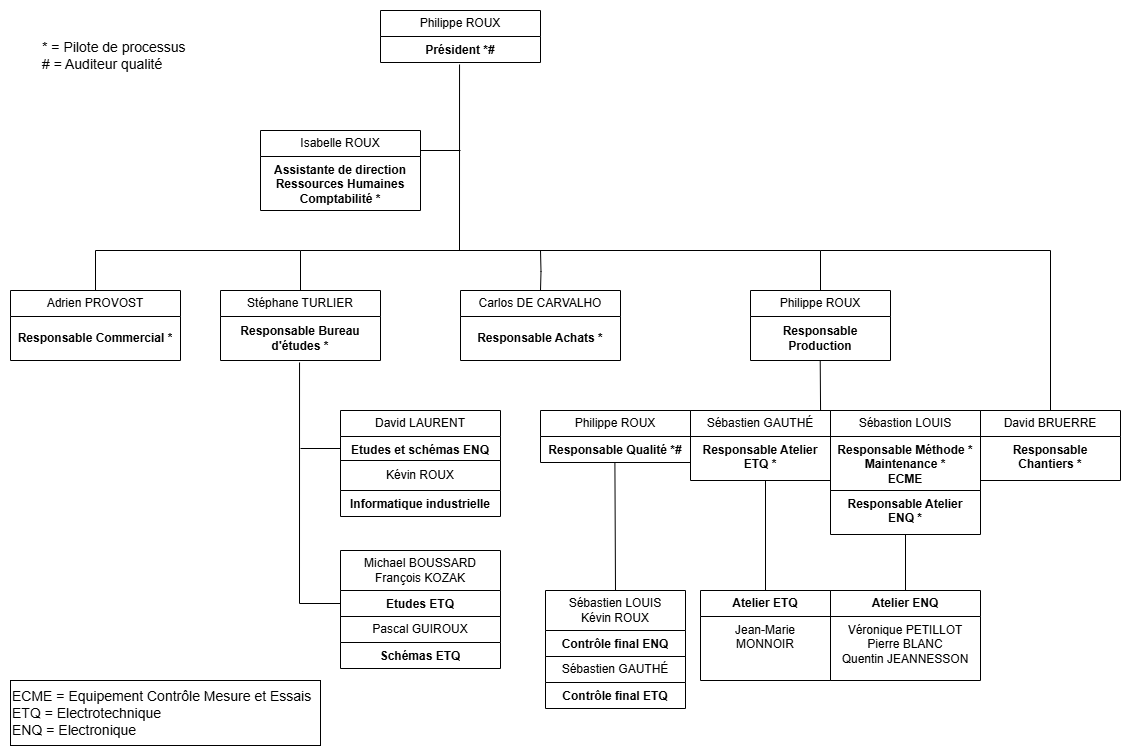
KevinRouxERPAC/KevinRouxERPAC.github.io keeps this draw.io diagram as images/About/Organigramme.png. Above is the earlier version. Source tidied: cells renumbered, new cells last; positions are measured from the earlier drawing's top-left corner, leaving out a move shared by most shapes. Source of this version:
```xml
<mxGraphModel>
  <root>
    <mxCell id="0" />
    <mxCell id="1" parent="0" />
    <mxCell id="2" value="Philippe ROUX" style="swimlane;fontStyle=0;horizontal=1;startSize=26;fillColor=none;whiteSpace=wrap;html=1;" parent="1" vertex="1">
      <mxGeometry x="370" width="160" height="52" as="geometry" />
    </mxCell>
    <mxCell id="3" value="&lt;b&gt;Président *#&lt;/b&gt;" style="text;strokeColor=none;fillColor=none;align=center;verticalAlign=top;spacingLeft=4;spacingRight=4;overflow=hidden;points=[[0,0.5],[1,0.5]];portConstraint=eastwest;whiteSpace=wrap;html=1;" parent="2" vertex="1">
      <mxGeometry y="26" width="160" height="26" as="geometry" />
    </mxCell>
    <mxCell id="4" value="Isabelle ROUX" style="swimlane;fontStyle=0;horizontal=1;startSize=26;fillColor=none;whiteSpace=wrap;html=1;" parent="1" vertex="1">
      <mxGeometry x="250" y="120" width="160" height="80" as="geometry" />
    </mxCell>
    <mxCell id="5" value="&lt;b&gt;Assistante de direction&lt;br&gt;Ressources Humaines&lt;br&gt;Comptabilité *&lt;br&gt;&lt;/b&gt;" style="text;strokeColor=none;fillColor=none;align=center;verticalAlign=top;spacingLeft=4;spacingRight=4;overflow=hidden;whiteSpace=wrap;html=1;" parent="4" vertex="1">
      <mxGeometry y="26" width="160" height="54" as="geometry" />
    </mxCell>
    <mxCell id="6" style="edgeStyle=orthogonalEdgeStyle;rounded=0;jettySize=auto;html=1;entryX=0.5;entryY=0;entryDx=0;entryDy=0;endArrow=none;endFill=0;" parent="1" edge="1" target="9">
      <mxGeometry relative="1" as="geometry">
        <mxPoint x="530" y="240" as="sourcePoint" />
      </mxGeometry>
    </mxCell>
    <mxCell id="7" value="Adrien PROVOST" style="swimlane;fontStyle=0;horizontal=1;startSize=26;fillColor=none;whiteSpace=wrap;html=1;" parent="1" vertex="1">
      <mxGeometry y="280" width="170" height="70" as="geometry" />
    </mxCell>
    <mxCell id="8" value="&lt;b&gt;Responsable Commercial *&lt;/b&gt;" style="text;strokeColor=none;fillColor=none;align=center;verticalAlign=middle;spacingLeft=4;spacingRight=4;overflow=hidden;whiteSpace=wrap;html=1;" parent="7" vertex="1">
      <mxGeometry y="26" width="170" height="44" as="geometry" />
    </mxCell>
    <mxCell id="9" value="Carlos DE CARVALHO" style="swimlane;fontStyle=0;horizontal=1;startSize=26;fillColor=none;whiteSpace=wrap;html=1;" parent="1" vertex="1">
      <mxGeometry x="450" y="280" width="160" height="70" as="geometry" />
    </mxCell>
    <mxCell id="10" value="&lt;b&gt;Responsable Achats *&lt;/b&gt;" style="text;strokeColor=none;fillColor=none;align=center;verticalAlign=middle;spacingLeft=4;spacingRight=4;overflow=hidden;whiteSpace=wrap;html=1;" parent="9" vertex="1">
      <mxGeometry y="26" width="160" height="44" as="geometry" />
    </mxCell>
    <mxCell id="11" value="Stéphane TURLIER" style="swimlane;fontStyle=0;horizontal=1;startSize=26;fillColor=none;whiteSpace=wrap;html=1;" parent="1" vertex="1">
      <mxGeometry x="210" y="280" width="160" height="70" as="geometry" />
    </mxCell>
    <mxCell id="12" value="&lt;b&gt;Responsable Bureau d'études *&lt;/b&gt;" style="text;strokeColor=none;fillColor=none;align=center;verticalAlign=middle;spacingLeft=4;spacingRight=4;overflow=hidden;points=[[0,0.5],[1,0.5]];portConstraint=eastwest;whiteSpace=wrap;html=1;" parent="11" vertex="1">
      <mxGeometry y="26" width="160" height="44" as="geometry" />
    </mxCell>
    <mxCell id="13" value="David LAURENT" style="swimlane;fontStyle=0;horizontal=1;startSize=26;fillColor=none;whiteSpace=wrap;html=1;" parent="1" vertex="1">
      <mxGeometry x="330" y="400" width="160" height="50" as="geometry" />
    </mxCell>
    <mxCell id="14" value="&lt;b&gt;Etudes et schémas ENQ&lt;/b&gt;" style="text;strokeColor=none;fillColor=none;align=center;verticalAlign=top;spacingLeft=4;spacingRight=4;overflow=hidden;points=[[0,0.5],[1,0.5]];portConstraint=eastwest;whiteSpace=wrap;html=1;" parent="13" vertex="1">
      <mxGeometry y="26" width="160" height="24" as="geometry" />
    </mxCell>
    <mxCell id="15" value="Michael BOUSSARD&lt;br&gt;François KOZAK" style="swimlane;fontStyle=0;horizontal=1;startSize=40;fillColor=none;whiteSpace=wrap;html=1;" parent="1" vertex="1">
      <mxGeometry x="330" y="540" width="160" height="66" as="geometry" />
    </mxCell>
    <mxCell id="16" value="&lt;b&gt;Etudes ETQ&lt;/b&gt;" style="text;strokeColor=none;fillColor=none;align=center;verticalAlign=top;spacingLeft=4;spacingRight=4;overflow=hidden;points=[[0,0.5],[1,0.5]];portConstraint=eastwest;whiteSpace=wrap;html=1;" parent="15" vertex="1">
      <mxGeometry y="40" width="160" height="26" as="geometry" />
    </mxCell>
    <mxCell id="17" value="Pascal GUIROUX" style="swimlane;fontStyle=0;horizontal=1;startSize=26;fillColor=none;whiteSpace=wrap;html=1;" parent="1" vertex="1">
      <mxGeometry x="330" y="606" width="160" height="52" as="geometry" />
    </mxCell>
    <mxCell id="18" value="&lt;b&gt;Schémas ETQ&lt;/b&gt;" style="text;strokeColor=none;fillColor=none;align=center;verticalAlign=top;spacingLeft=4;spacingRight=4;overflow=hidden;whiteSpace=wrap;html=1;" parent="17" vertex="1">
      <mxGeometry y="26" width="160" height="26" as="geometry" />
    </mxCell>
    <mxCell id="19" value="Philippe ROUX" style="swimlane;fontStyle=0;horizontal=1;startSize=26;fillColor=none;whiteSpace=wrap;html=1;" parent="1" vertex="1">
      <mxGeometry x="530" y="400" width="150" height="52" as="geometry" />
    </mxCell>
    <mxCell id="20" value="&lt;b&gt;Responsable Qualité *#&lt;/b&gt;" style="text;strokeColor=none;fillColor=none;align=center;verticalAlign=top;spacingLeft=4;spacingRight=4;overflow=hidden;points=[[0,0.5],[1,0.5]];portConstraint=eastwest;whiteSpace=wrap;html=1;" parent="19" vertex="1">
      <mxGeometry y="26" width="150" height="26" as="geometry" />
    </mxCell>
    <mxCell id="21" value="Philippe ROUX" style="swimlane;fontStyle=0;horizontal=1;startSize=26;fillColor=none;whiteSpace=wrap;html=1;" parent="1" vertex="1">
      <mxGeometry x="740" y="280" width="140" height="70" as="geometry" />
    </mxCell>
    <mxCell id="22" value="&lt;b&gt;Responsable Production&lt;/b&gt;" style="text;strokeColor=none;fillColor=none;align=center;verticalAlign=middle;spacingLeft=4;spacingRight=4;overflow=hidden;points=[[0,0.5],[1,0.5]];portConstraint=eastwest;whiteSpace=wrap;html=1;" parent="21" vertex="1">
      <mxGeometry y="26" width="140" height="44" as="geometry" />
    </mxCell>
    <mxCell id="23" value="Sébastien GAUTHÉ" style="swimlane;fontStyle=0;horizontal=1;startSize=26;fillColor=none;whiteSpace=wrap;html=1;" parent="1" vertex="1">
      <mxGeometry x="680" y="400" width="140" height="70" as="geometry" />
    </mxCell>
    <mxCell id="24" value="&lt;b&gt;Responsable Atelier ETQ *&lt;br&gt;&lt;/b&gt;" style="text;strokeColor=none;fillColor=none;align=center;verticalAlign=top;spacingLeft=4;spacingRight=4;overflow=hidden;whiteSpace=wrap;html=1;" parent="23" vertex="1">
      <mxGeometry y="26" width="140" height="44" as="geometry" />
    </mxCell>
    <mxCell id="25" value="Sébastion LOUIS" style="swimlane;fontStyle=0;horizontal=1;startSize=26;fillColor=none;whiteSpace=wrap;html=1;" parent="1" vertex="1">
      <mxGeometry x="820" y="400" width="150" height="80" as="geometry" />
    </mxCell>
    <mxCell id="26" value="&lt;b&gt;Responsable Méthode *&lt;br&gt;Maintenance *&lt;br&gt;ECME&lt;br&gt;&lt;/b&gt;" style="text;strokeColor=none;fillColor=none;align=center;verticalAlign=top;spacingLeft=4;spacingRight=4;overflow=hidden;whiteSpace=wrap;html=1;" parent="25" vertex="1">
      <mxGeometry y="26" width="150" height="54" as="geometry" />
    </mxCell>
    <mxCell id="27" style="swimlane;fontStyle=0;horizontal=1;startSize=0;fillColor=none;whiteSpace=wrap;html=1;" parent="1" vertex="1">
      <mxGeometry x="820" y="480" width="150" height="44" as="geometry" />
    </mxCell>
    <mxCell id="28" value="&lt;b&gt;Responsable Atelier ENQ *&lt;/b&gt;" style="text;strokeColor=none;fillColor=none;align=center;verticalAlign=top;spacingLeft=4;spacingRight=4;overflow=hidden;points=[[0,0.5],[1,0.5]];portConstraint=eastwest;whiteSpace=wrap;html=1;" parent="27" vertex="1">
      <mxGeometry width="150" height="44" as="geometry" />
    </mxCell>
    <mxCell id="29" value="David BRUERRE" style="swimlane;fontStyle=0;horizontal=1;startSize=26;fillColor=none;whiteSpace=wrap;html=1;" parent="1" vertex="1">
      <mxGeometry x="970" y="400" width="140" height="70" as="geometry" />
    </mxCell>
    <mxCell id="30" value="&lt;b&gt;Responsable Chantiers *&lt;/b&gt;" style="text;strokeColor=none;fillColor=none;align=center;verticalAlign=top;spacingLeft=4;spacingRight=4;overflow=hidden;points=[[0,0.5],[1,0.5]];portConstraint=eastwest;whiteSpace=wrap;html=1;" parent="29" vertex="1">
      <mxGeometry y="26" width="140" height="44" as="geometry" />
    </mxCell>
    <mxCell id="31" value="Sébastien LOUIS&lt;div&gt;Kévin ROUX&lt;/div&gt;" style="swimlane;fontStyle=0;horizontal=1;startSize=40;fillColor=none;whiteSpace=wrap;html=1;" parent="1" vertex="1">
      <mxGeometry x="535" y="580" width="140" height="66" as="geometry" />
    </mxCell>
    <mxCell id="32" value="&lt;b&gt;Contrôle final ENQ&lt;/b&gt;" style="text;strokeColor=none;fillColor=none;align=center;verticalAlign=top;spacingLeft=4;spacingRight=4;overflow=hidden;whiteSpace=wrap;html=1;" parent="31" vertex="1">
      <mxGeometry y="40" width="140" height="26" as="geometry" />
    </mxCell>
    <mxCell id="33" value="Sébastien GAUTHÉ" style="swimlane;fontStyle=0;horizontal=1;startSize=26;fillColor=none;whiteSpace=wrap;html=1;" parent="1" vertex="1">
      <mxGeometry x="535" y="646" width="140" height="52" as="geometry" />
    </mxCell>
    <mxCell id="34" value="&lt;b&gt;Contrôle final ETQ&lt;/b&gt;" style="text;strokeColor=none;fillColor=none;align=center;verticalAlign=top;spacingLeft=4;spacingRight=4;overflow=hidden;whiteSpace=wrap;html=1;" parent="33" vertex="1">
      <mxGeometry y="26" width="140" height="26" as="geometry" />
    </mxCell>
    <mxCell id="35" value="&lt;b&gt;Atelier ETQ&lt;/b&gt;" style="swimlane;fontStyle=0;horizontal=1;startSize=26;fillColor=none;whiteSpace=wrap;html=1;" parent="1" vertex="1">
      <mxGeometry x="690" y="580" width="130" height="90" as="geometry" />
    </mxCell>
    <mxCell id="36" value="Jean-Marie MONNOIR" style="text;strokeColor=none;fillColor=none;align=center;verticalAlign=top;spacingLeft=4;spacingRight=4;overflow=hidden;whiteSpace=wrap;html=1;" parent="35" vertex="1">
      <mxGeometry y="26" width="130" height="64" as="geometry" />
    </mxCell>
    <mxCell id="37" value="&lt;b&gt;Atelier ENQ&lt;/b&gt;" style="swimlane;fontStyle=0;horizontal=1;startSize=26;fillColor=none;whiteSpace=wrap;html=1;" parent="1" vertex="1">
      <mxGeometry x="820" y="580" width="150" height="90" as="geometry" />
    </mxCell>
    <mxCell id="38" value="Véronique PETILLOT&lt;br&gt;Pierre BLANC&lt;div&gt;Quentin JEANNESSON&lt;/div&gt;" style="text;strokeColor=none;fillColor=none;align=center;verticalAlign=top;spacingLeft=4;spacingRight=4;overflow=hidden;whiteSpace=wrap;html=1;" parent="37" vertex="1">
      <mxGeometry y="26" width="150" height="64" as="geometry" />
    </mxCell>
    <mxCell id="39" style="endArrow=none;html=1;rounded=0;entryX=0.494;entryY=1.077;entryDx=0;entryDy=0;entryPerimeter=0;" parent="1" edge="1" target="3">
      <mxGeometry relative="1" as="geometry">
        <mxPoint x="449" y="240" as="sourcePoint" />
      </mxGeometry>
    </mxCell>
    <mxCell id="40" style="endArrow=none;html=1;rounded=0;exitX=1;exitY=0.25;exitDx=0;exitDy=0;" parent="1" edge="1" source="4">
      <mxGeometry relative="1" as="geometry">
        <mxPoint x="450" y="140" as="targetPoint" />
      </mxGeometry>
    </mxCell>
    <mxCell id="41" style="endArrow=none;html=1;rounded=0;entryX=0.5;entryY=0;entryDx=0;entryDy=0;exitX=0.5;exitY=0;exitDx=0;exitDy=0;" parent="1" edge="1" source="7" target="21">
      <mxGeometry relative="1" as="geometry">
        <Array as="points">
          <mxPoint x="85" y="240" />
          <mxPoint x="290" y="240" />
          <mxPoint x="810" y="240" />
        </Array>
      </mxGeometry>
    </mxCell>
    <mxCell id="42" style="endArrow=none;html=1;rounded=0;exitX=0.5;exitY=0;exitDx=0;exitDy=0;" parent="1" edge="1" source="11">
      <mxGeometry relative="1" as="geometry">
        <mxPoint x="290" y="240" as="targetPoint" />
      </mxGeometry>
    </mxCell>
    <mxCell id="43" style="endArrow=none;html=1;rounded=0;exitX=0.5;exitY=0;exitDx=0;exitDy=0;" parent="1" edge="1" source="29">
      <mxGeometry relative="1" as="geometry">
        <mxPoint x="810" y="240" as="targetPoint" />
        <Array as="points">
          <mxPoint x="1040" y="240" />
        </Array>
      </mxGeometry>
    </mxCell>
    <mxCell id="44" style="endArrow=none;html=1;rounded=0;entryX=0;entryY=0.5;entryDx=0;entryDy=0;exitX=0.494;exitY=1.045;exitDx=0;exitDy=0;exitPerimeter=0;" parent="1" edge="1" source="12" target="16">
      <mxGeometry relative="1" as="geometry">
        <Array as="points">
          <mxPoint x="289" y="593" />
        </Array>
      </mxGeometry>
    </mxCell>
    <mxCell id="45" style="endArrow=none;html=1;rounded=0;entryX=0;entryY=0.5;entryDx=0;entryDy=0;" parent="1" edge="1" target="14">
      <mxGeometry relative="1" as="geometry">
        <mxPoint x="290" y="438" as="sourcePoint" />
      </mxGeometry>
    </mxCell>
    <mxCell id="46" style="endArrow=none;html=1;rounded=0;entryX=0.929;entryY=0;entryDx=0;entryDy=0;entryPerimeter=0;exitX=0.498;exitY=1;exitDx=0;exitDy=0;exitPerimeter=0;" parent="1" edge="1" source="22" target="23">
      <mxGeometry relative="1" as="geometry" />
    </mxCell>
    <mxCell id="47" style="endArrow=none;html=1;rounded=0;entryX=0.5;entryY=0;entryDx=0;entryDy=0;exitX=0.496;exitY=1.026;exitDx=0;exitDy=0;exitPerimeter=0;" parent="1" edge="1" source="20" target="31">
      <mxGeometry relative="1" as="geometry" />
    </mxCell>
    <mxCell id="48" style="endArrow=none;html=1;rounded=0;exitX=0.5;exitY=0;exitDx=0;exitDy=0;" parent="1" edge="1" source="35">
      <mxGeometry relative="1" as="geometry">
        <mxPoint x="755" y="470" as="targetPoint" />
      </mxGeometry>
    </mxCell>
    <mxCell id="49" style="endArrow=none;html=1;rounded=0;entryX=0.5;entryY=0;entryDx=0;entryDy=0;" parent="1" edge="1" source="28" target="37">
      <mxGeometry relative="1" as="geometry" />
    </mxCell>
    <mxCell id="50" value="&lt;font&gt;ECME = Equipement Contrôle Mesure et Essais&lt;br&gt;ETQ = Electrotechnique&lt;br&gt;&lt;/font&gt;&lt;div&gt;&lt;span style=&quot;background-color: initial;&quot;&gt;&lt;font&gt;ENQ = Electronique&lt;/font&gt;&lt;/span&gt;&lt;/div&gt;" style="rounded=0;whiteSpace=wrap;html=1;align=left;fillColor=none;fontSize=14;" parent="1" vertex="1">
      <mxGeometry y="670" width="310" height="65" as="geometry" />
    </mxCell>
    <mxCell id="51" value="* = Pilote de processus&lt;br&gt;# = Auditeur qualité" style="rounded=0;whiteSpace=wrap;html=1;strokeColor=none;align=left;fillColor=none;fontSize=14;" parent="1" vertex="1">
      <mxGeometry x="30" y="20" width="170" height="50" as="geometry" />
    </mxCell>
    <mxCell id="52" value="Kévin ROUX" style="swimlane;fontStyle=0;horizontal=1;startSize=30;fillColor=none;whiteSpace=wrap;html=1;" parent="1" vertex="1">
      <mxGeometry x="330" y="450" width="160" height="56" as="geometry" />
    </mxCell>
    <mxCell id="53" value="&lt;b&gt;Informatique industrielle&lt;/b&gt;" style="text;strokeColor=none;fillColor=none;align=center;verticalAlign=top;spacingLeft=4;spacingRight=4;overflow=hidden;whiteSpace=wrap;html=1;" parent="52" vertex="1">
      <mxGeometry y="30" width="160" height="26" as="geometry" />
    </mxCell>
  </root>
</mxGraphModel>
```
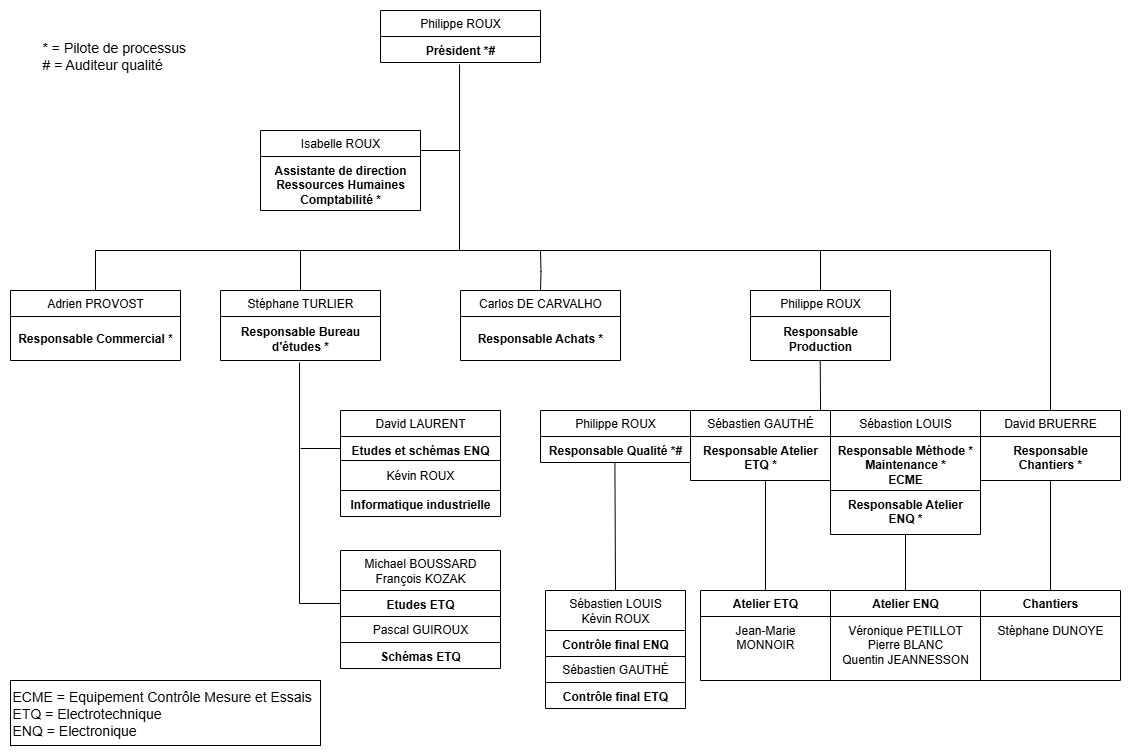
After the commit.

Commit message:
Remove phone contact from contact.js

Deleted the phone number and associated SVG icon from the contact information in contact.js, leaving only the email contact. Also updated Organigramme.png image.

Diff of the diagram source:
```diff
@@ -185,5 +185,14 @@
     <mxCell id="53" value="&lt;b&gt;Informatique industrielle&lt;/b&gt;" style="text;strokeColor=none;fillColor=none;align=center;verticalAlign=top;spacingLeft=4;spacingRight=4;overflow=hidden;whiteSpace=wrap;html=1;" parent="52" vertex="1">
       <mxGeometry y="30" width="160" height="26" as="geometry" />
     </mxCell>
+    <mxCell id="54" value="&lt;b&gt;Chantiers&lt;/b&gt;" style="swimlane;fontStyle=0;horizontal=1;startSize=26;fillColor=none;whiteSpace=wrap;html=1;" parent="1" vertex="1">
+      <mxGeometry x="970" y="580" width="140" height="90" as="geometry" />
+    </mxCell>
+    <mxCell id="55" value="Stéphane DUNOYE" style="text;strokeColor=none;fillColor=none;align=center;verticalAlign=top;spacingLeft=4;spacingRight=4;overflow=hidden;whiteSpace=wrap;html=1;" parent="54" vertex="1">
+      <mxGeometry y="26" width="140" height="64" as="geometry" />
+    </mxCell>
+    <mxCell id="56" style="endArrow=none;html=1;rounded=0;entryX=0.5;entryY=0;entryDx=0;entryDy=0;" parent="1" edge="1" source="30" target="54">
+      <mxGeometry relative="1" as="geometry" />
+    </mxCell>
   </root>
 </mxGraphModel>
```
